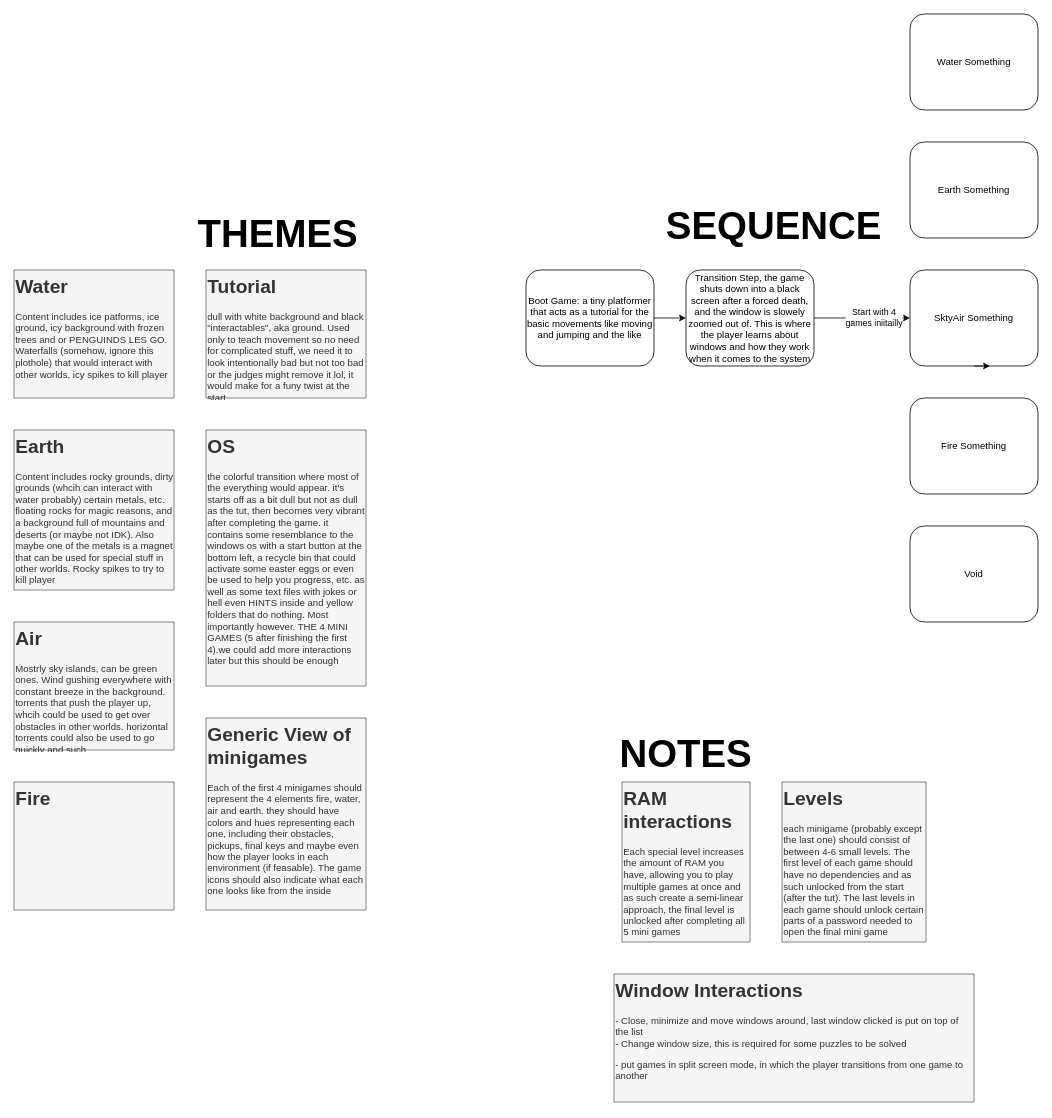
The draw.io diagram Assets/Brainstorm/Game Jam Plan.dio in Adel-Hamed-Oda/African-Game-Jam-VGZ, before the edit. Source tidied: cells renumbered, new cells numbered last; positions are measured from the earlier drawing's top-left corner, leaving out a move shared by most shapes. Both pictures are drawn from the tidied source at 80%, with x=0, y=0 at pixel (14, 14).
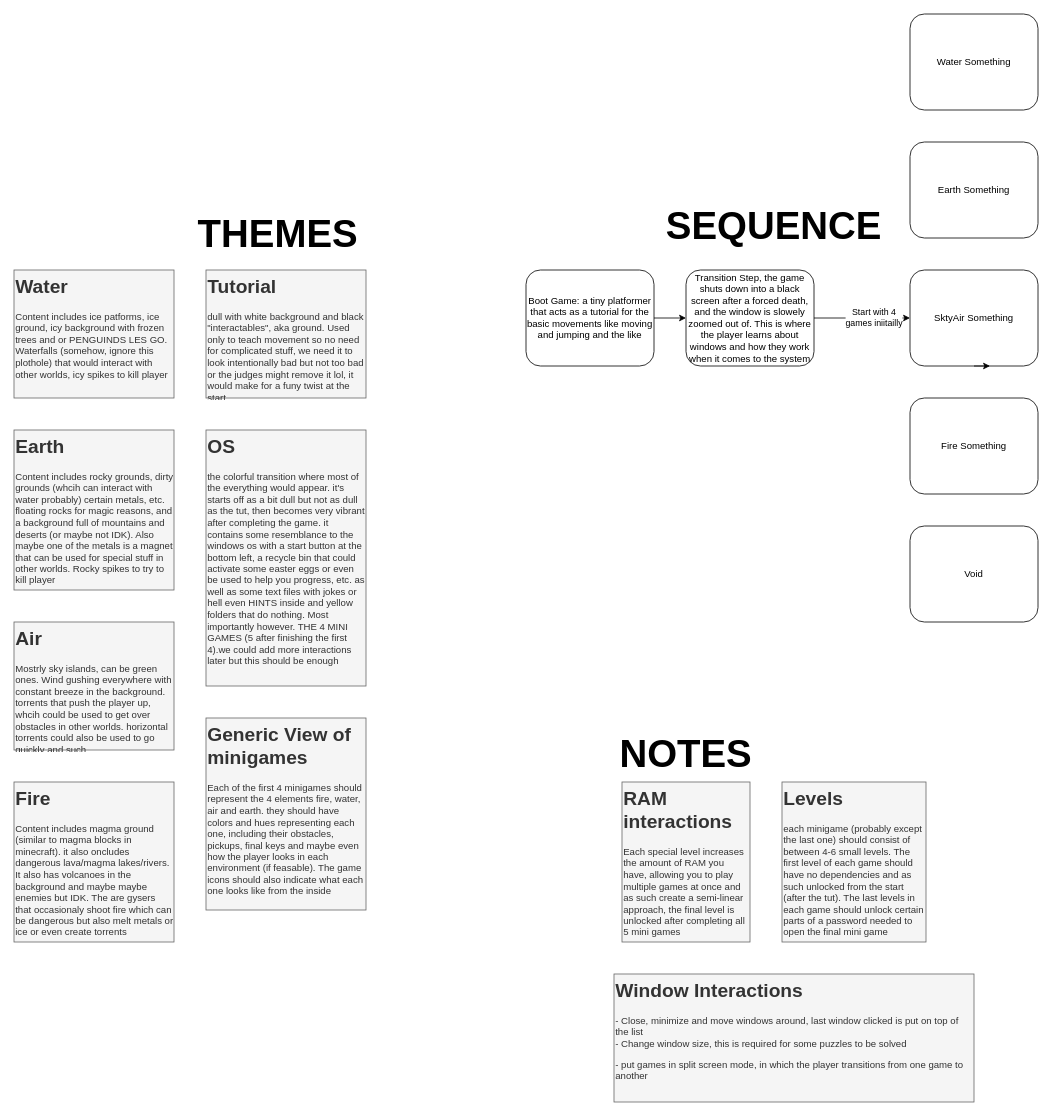
Above is the later version.

Change to the diagram source:
```diff
@@
-    <mxCell id="24" value="&lt;h1 style=&quot;margin-top: 0px;&quot;&gt;Fire&lt;/h1&gt;&lt;div&gt;&lt;br&gt;&lt;/div&gt;" style="text;html=1;whiteSpace=wrap;overflow=hidden;rounded=0;strokeColor=#666666;fillColor=#f5f5f5;fontColor=#333333;" parent="1" vertex="1">
-      <mxGeometry y="960" width="200" height="160" as="geometry" />
+    <mxCell id="24" value="&lt;h1 style=&quot;margin-top: 0px;&quot;&gt;Fire&lt;/h1&gt;&lt;div&gt;Content includes magma ground (similar to magma blocks in minecraft). it also oncludes dangerous lava/magma lakes/rivers. It also has volcanoes in the background and maybe maybe enemies but IDK. The are gysers that occasionaly shoot fire which can be dangerous but also melt metals or ice or even create torrents&lt;/div&gt;" style="text;html=1;whiteSpace=wrap;overflow=hidden;rounded=0;strokeColor=#666666;fillColor=#f5f5f5;fontColor=#333333;" parent="1" vertex="1">
+      <mxGeometry y="960" width="200" height="200" as="geometry" />
     </mxCell>
```
